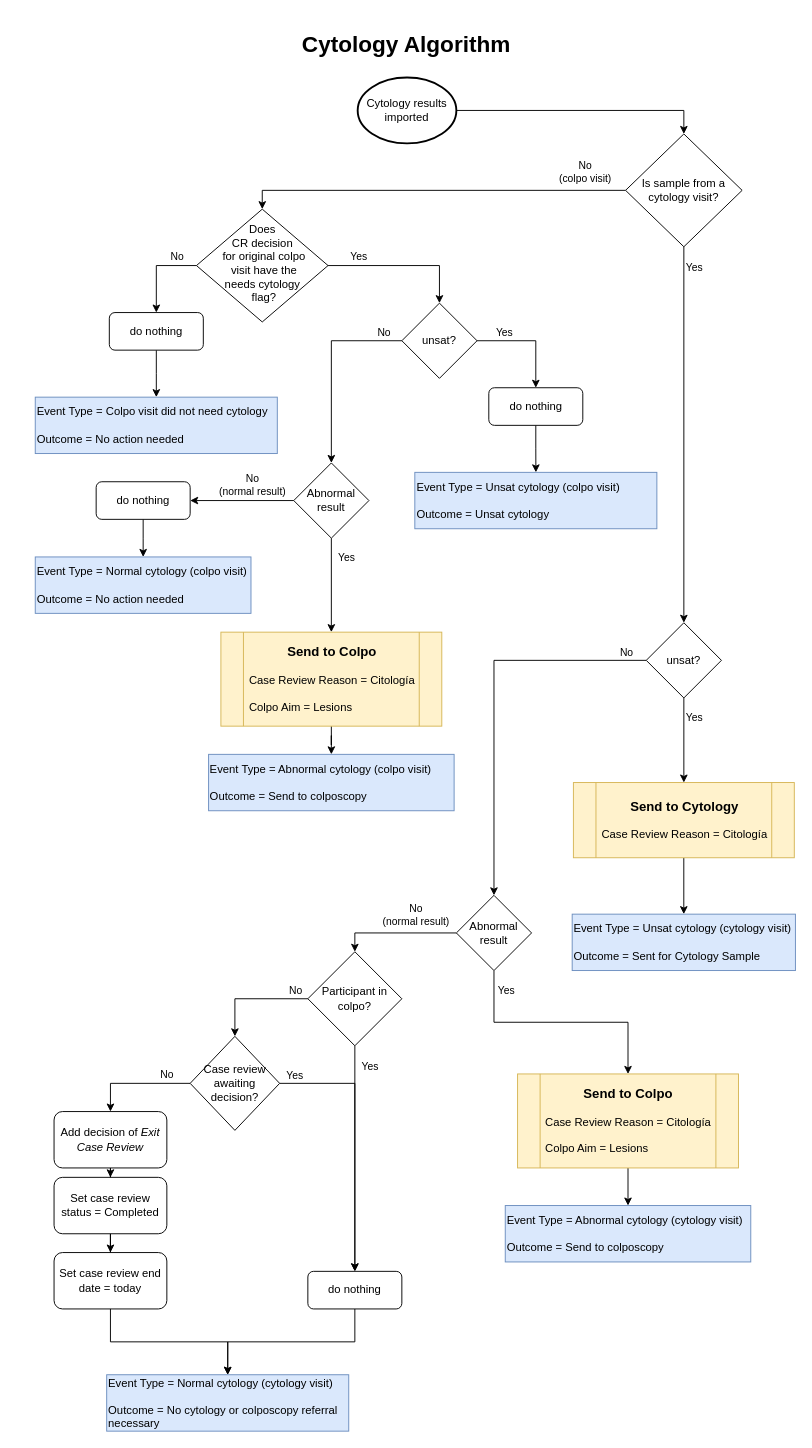
This is Cytology algorithm.drawio from stealthv/aurora-algorithms, a draw.io file, before an edit. Source tidied: cells renumbered, new cells numbered last; positions are measured from the earlier drawing's top-left corner, leaving out a move shared by most shapes. Both pictures are drawn from the tidied source at 94%, with x=0, y=0 at pixel (16, 30).
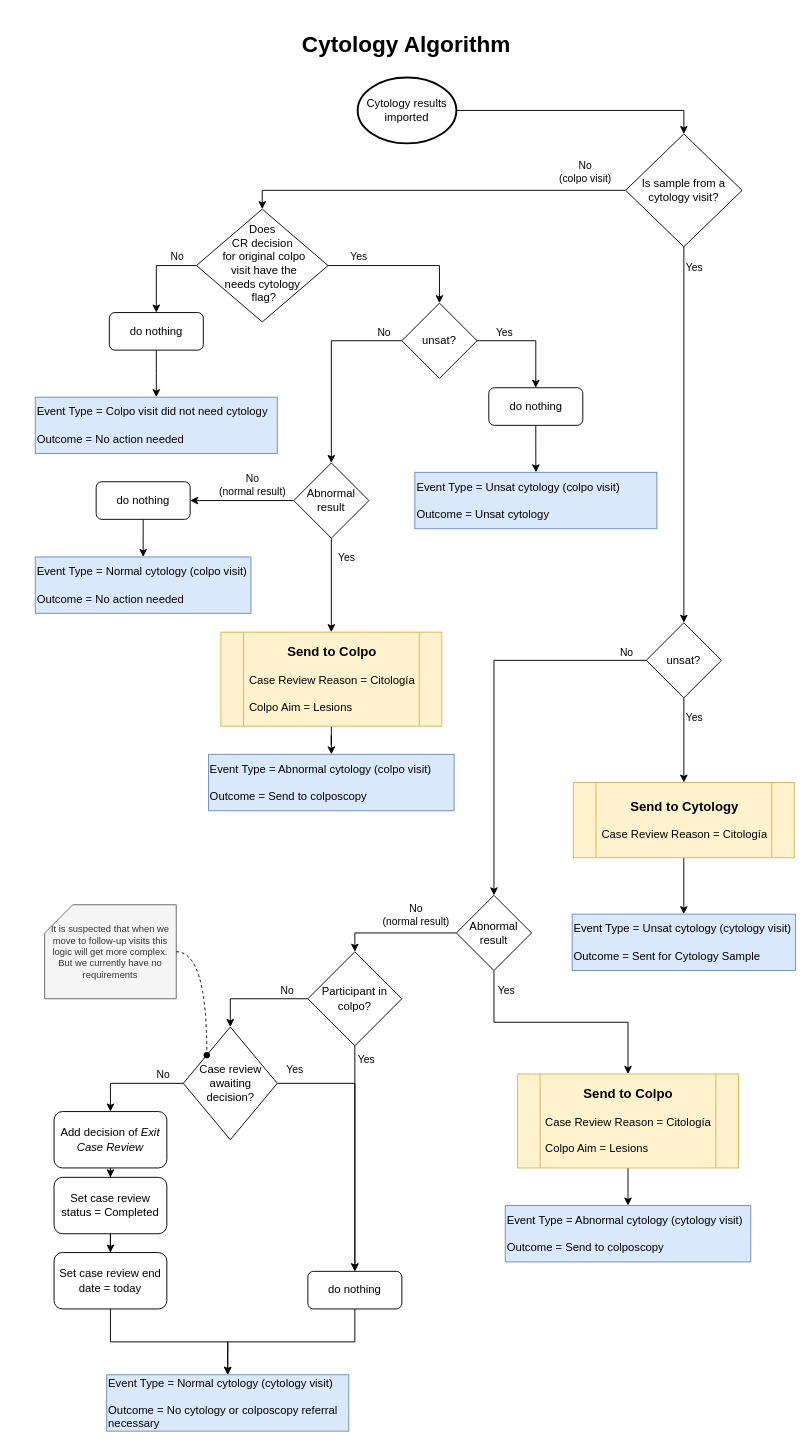
Above is the later version.

Unchanged cells that the change refers to:
```xml
<mxCell id="20" style="edgeStyle=orthogonalEdgeStyle;rounded=0;jettySize=auto;html=1;entryX=0.5;entryY=0;entryDx=0;entryDy=0;" parent="1" edge="1" source="24" target="38">
  <mxGeometry relative="1" as="geometry" />
</mxCell>
<mxCell id="22" style="edgeStyle=orthogonalEdgeStyle;rounded=0;jettySize=auto;html=1;entryX=0.5;entryY=0;entryDx=0;entryDy=0;" parent="1" edge="1" source="24" target="29">
  <mxGeometry relative="1" as="geometry" />
</mxCell>
<mxCell id="25" style="edgeStyle=orthogonalEdgeStyle;rounded=0;jettySize=auto;html=1;entryX=0.5;entryY=0;entryDx=0;entryDy=0;" parent="1" edge="1" source="29" target="38">
  <mxGeometry relative="1" as="geometry" />
</mxCell>
```

The edit, as a diff of the source:
```diff
@@
     <mxCell id="21" value="Yes" style="edgeLabel;html=1;align=center;verticalAlign=middle;" parent="20" vertex="1">
       <mxGeometry x="-0.31" y="1" relative="1" as="geometry">
-        <mxPoint x="14" y="-62" as="offset" />
+        <mxPoint x="10" y="-69" as="offset" />
       </mxGeometry>
     </mxCell>
@@
     <mxCell id="23" value="No" style="edgeLabel;html=1;align=center;verticalAlign=middle;" parent="22" vertex="1">
       <mxGeometry x="-0.28" y="-2" relative="1" as="geometry">
-        <mxPoint x="28" y="-8" as="offset" />
+        <mxPoint x="18" y="-8" as="offset" />
       </mxGeometry>
     </mxCell>
@@
     <mxCell id="26" value="Yes" style="edgeLabel;html=1;align=center;verticalAlign=middle;" parent="25" vertex="1">
       <mxGeometry x="-0.33" y="3" relative="1" as="geometry">
-        <mxPoint x="-68" y="-23" as="offset" />
+        <mxPoint x="-68" y="-27" as="offset" />
       </mxGeometry>
     </mxCell>
@@
-    <mxCell id="29" value="Case review awaiting decision?" style="rhombus;whiteSpace=wrap;html=1;" parent="1" vertex="1">
-      <mxGeometry x="184.8" y="1070" width="95.2" height="100" as="geometry" />
+    <mxCell id="29" value="Case review awaiting decision?" style="rhombus;whiteSpace=wrap;html=1;spacingLeft=0;spacingRight=0;spacing=2;perimeterSpacing=0;" parent="1" vertex="1">
+      <mxGeometry x="177.5" y="1060" width="100" height="120" as="geometry" />
     </mxCell>
@@
+    <mxCell id="72" value="It is suspected that when we move to follow-up visits this logic will get more complex. But we currently have no requirements" style="shape=card;whiteSpace=wrap;html=1;labelBackgroundColor=none;fontSize=10;fillColor=#f5f5f5;fontColor=#333333;strokeColor=#666666;" parent="1" vertex="1">
+      <mxGeometry x="30" y="930" width="140" height="100" as="geometry" />
+    </mxCell>
+    <mxCell id="73" style="endArrow=oval;dashed=1;html=1;rounded=1;entryX=0;entryY=0;entryDx=0;entryDy=0;exitX=1;exitY=0.5;exitDx=0;exitDy=0;exitPerimeter=0;edgeStyle=orthogonalEdgeStyle;curved=1;endFill=1;" parent="1" edge="1" source="72" target="29">
+      <mxGeometry relative="1" as="geometry" />
+    </mxCell>
```
